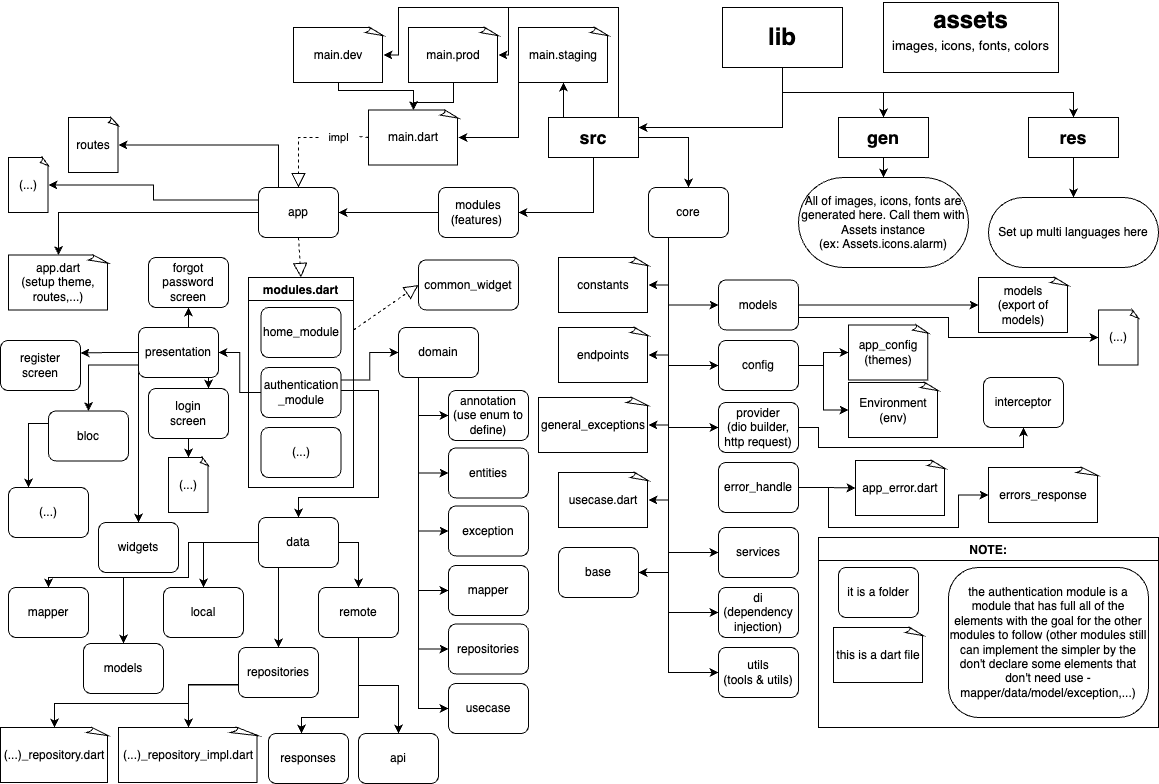
This is files/Codebase Clean Architecture Flutter.drawio.png from huynguyenngocdev/flutter_clean_architecture, a draw.io export, as it was before one commit. Source tidied: cells renumbered, new cells last; positions are measured from the earlier drawing's top-left corner, leaving out a move shared by most shapes.
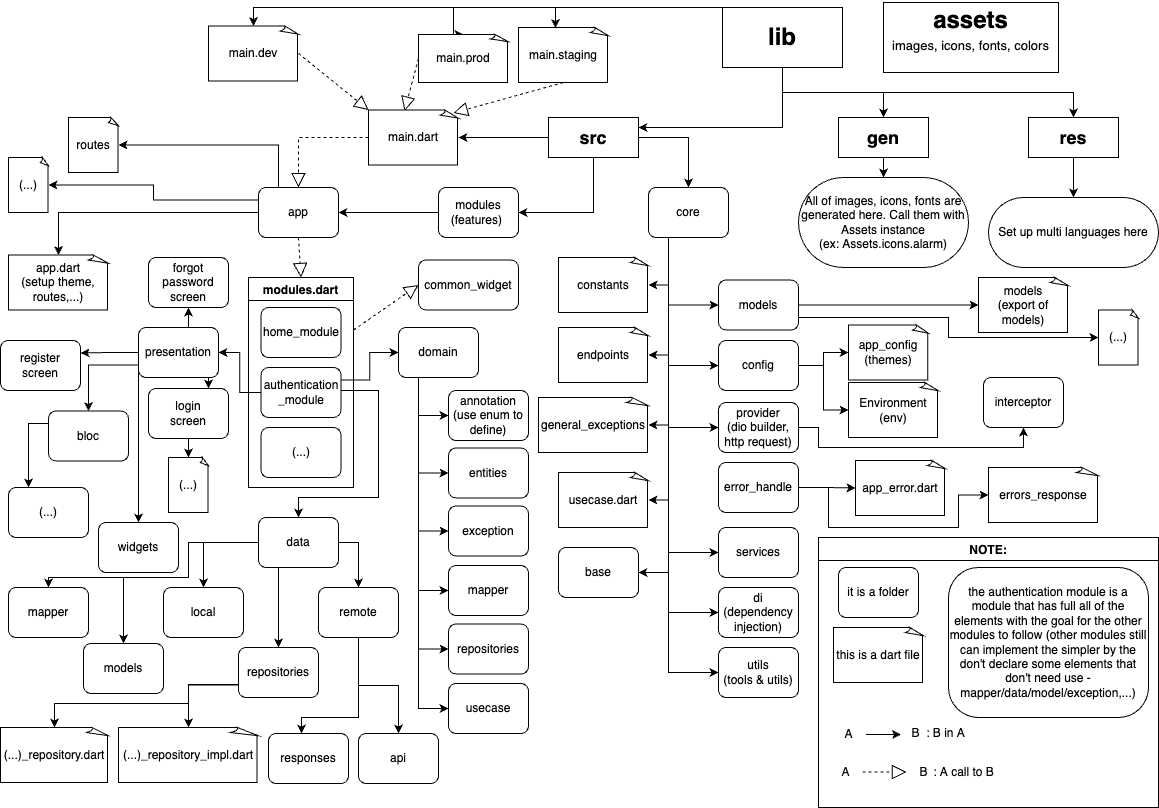
Later version of the same file.

The edit, as a diff of the source:
```diff
@@ -23,38 +23,39 @@
         </Array>
       </mxGeometry>
     </mxCell>
+    <mxCell id="137" style="edgeStyle=orthogonalEdgeStyle;rounded=0;jettySize=auto;html=1;exitX=0;exitY=0;exitDx=0;exitDy=0;entryX=0.5;entryY=0;entryDx=0;entryDy=0;entryPerimeter=0;" parent="1" edge="1" source="7" target="63">
+      <mxGeometry relative="1" as="geometry">
+        <Array as="points">
+          <mxPoint x="253" y="5" />
+        </Array>
+      </mxGeometry>
+    </mxCell>
+    <mxCell id="138" style="edgeStyle=orthogonalEdgeStyle;rounded=0;jettySize=auto;html=1;exitX=0;exitY=0;exitDx=0;exitDy=0;entryX=0.5;entryY=0;entryDx=0;entryDy=0;entryPerimeter=0;" parent="1" edge="1" source="7" target="61">
+      <mxGeometry relative="1" as="geometry">
+        <Array as="points">
+          <mxPoint x="453" y="5" />
+        </Array>
+      </mxGeometry>
+    </mxCell>
+    <mxCell id="139" style="edgeStyle=orthogonalEdgeStyle;rounded=0;jettySize=auto;html=1;exitX=0;exitY=0;exitDx=0;exitDy=0;entryX=0.411;entryY=0.009;entryDx=0;entryDy=0;entryPerimeter=0;" parent="1" edge="1" source="7" target="59">
+      <mxGeometry relative="1" as="geometry">
+        <Array as="points">
+          <mxPoint x="555" y="5" />
+        </Array>
+      </mxGeometry>
+    </mxCell>
     <mxCell id="7" value="&lt;h1&gt;lib&lt;/h1&gt;" style="rounded=0;whiteSpace=wrap;html=1;" parent="1" vertex="1">
       <mxGeometry x="722" y="5" width="120" height="60" as="geometry" />
     </mxCell>
     <mxCell id="8" style="edgeStyle=orthogonalEdgeStyle;rounded=0;jettySize=auto;html=1;exitX=1;exitY=0.5;exitDx=0;exitDy=0;entryX=0.5;entryY=0;entryDx=0;entryDy=0;" parent="1" edge="1" source="13" target="50">
       <mxGeometry relative="1" as="geometry" />
     </mxCell>
-    <mxCell id="9" style="edgeStyle=orthogonalEdgeStyle;rounded=0;jettySize=auto;html=1;exitX=0.25;exitY=0;exitDx=0;exitDy=0;entryX=0.5;entryY=1;entryDx=0;entryDy=0;entryPerimeter=0;" parent="1" edge="1" source="13" target="59">
-      <mxGeometry relative="1" as="geometry" />
-    </mxCell>
     <mxCell id="10" style="edgeStyle=orthogonalEdgeStyle;rounded=0;jettySize=auto;html=1;exitX=0.5;exitY=1;exitDx=0;exitDy=0;entryX=1;entryY=0.5;entryDx=0;entryDy=0;" parent="1" edge="1" source="13" target="3">
       <mxGeometry relative="1" as="geometry" />
     </mxCell>
-    <mxCell id="11" style="edgeStyle=orthogonalEdgeStyle;rounded=0;jettySize=auto;html=1;exitX=0.75;exitY=0;exitDx=0;exitDy=0;entryX=1;entryY=0.5;entryDx=0;entryDy=0;entryPerimeter=0;fontSize=13;" parent="1" edge="1" source="13" target="61">
-      <mxGeometry relative="1" as="geometry">
-        <Array as="points">
-          <mxPoint x="618" y="115" />
-          <mxPoint x="618" y="5" />
-          <mxPoint x="508" y="5" />
-          <mxPoint x="508" y="53" />
-        </Array>
-      </mxGeometry>
-    </mxCell>
-    <mxCell id="12" style="edgeStyle=orthogonalEdgeStyle;rounded=0;jettySize=auto;html=1;exitX=0;exitY=0;exitDx=0;exitDy=0;entryX=1;entryY=0.5;entryDx=0;entryDy=0;entryPerimeter=0;fontSize=13;" parent="1" edge="1" source="13" target="63">
-      <mxGeometry relative="1" as="geometry">
-        <Array as="points">
-          <mxPoint x="618" y="115" />
-          <mxPoint x="618" y="5" />
-          <mxPoint x="398" y="5" />
-          <mxPoint x="398" y="53" />
-        </Array>
-      </mxGeometry>
-    </mxCell>
+    <mxCell id="140" style="edgeStyle=orthogonalEdgeStyle;rounded=0;jettySize=auto;html=1;exitX=0;exitY=0.5;exitDx=0;exitDy=0;entryX=1;entryY=0.5;entryDx=0;entryDy=0;entryPerimeter=0;" parent="1" edge="1" source="13" target="66">
+      <mxGeometry relative="1" as="geometry" />
+    </mxCell>
     <mxCell id="13" value="&lt;h2&gt;src&lt;/h2&gt;" style="rounded=0;whiteSpace=wrap;html=1;" parent="1" vertex="1">
       <mxGeometry x="548" y="115" width="90" height="40" as="geometry" />
     </mxCell>
@@ -196,32 +197,14 @@
     <mxCell id="57" value="Environment&lt;br&gt;(env)" style="whiteSpace=wrap;html=1;shape=mxgraph.basic.document;" parent="1" vertex="1">
       <mxGeometry x="848" y="380" width="90" height="55" as="geometry" />
     </mxCell>
-    <mxCell id="58" style="edgeStyle=orthogonalEdgeStyle;rounded=0;jettySize=auto;html=1;exitX=0;exitY=0.5;exitDx=0;exitDy=0;exitPerimeter=0;entryX=1;entryY=0.5;entryDx=0;entryDy=0;entryPerimeter=0;fontSize=13;" parent="1" edge="1" source="59" target="66">
-      <mxGeometry relative="1" as="geometry">
-        <Array as="points">
-          <mxPoint x="518" y="135" />
-        </Array>
-      </mxGeometry>
-    </mxCell>
     <mxCell id="59" value="main.staging" style="whiteSpace=wrap;html=1;shape=mxgraph.basic.document;" parent="1" vertex="1">
       <mxGeometry x="518" y="25" width="90" height="55" as="geometry" />
     </mxCell>
-    <mxCell id="60" style="edgeStyle=orthogonalEdgeStyle;rounded=0;jettySize=auto;html=1;exitX=0.5;exitY=1;exitDx=0;exitDy=0;exitPerimeter=0;entryX=0.5;entryY=0;entryDx=0;entryDy=0;entryPerimeter=0;fontSize=13;" parent="1" edge="1" source="61" target="66">
-      <mxGeometry relative="1" as="geometry" />
-    </mxCell>
     <mxCell id="61" value="main.prod" style="whiteSpace=wrap;html=1;shape=mxgraph.basic.document;" parent="1" vertex="1">
-      <mxGeometry x="408" y="25" width="90" height="55" as="geometry" />
+      <mxGeometry x="418" y="32" width="90" height="48" as="geometry" />
     </mxCell>
-    <mxCell id="62" style="edgeStyle=orthogonalEdgeStyle;rounded=0;jettySize=auto;html=1;exitX=0.5;exitY=1;exitDx=0;exitDy=0;exitPerimeter=0;entryX=0.5;entryY=0;entryDx=0;entryDy=0;entryPerimeter=0;fontSize=13;" parent="1" edge="1" source="63" target="66">
-      <mxGeometry relative="1" as="geometry">
-        <Array as="points">
-          <mxPoint x="338" y="88" />
-          <mxPoint x="413" y="88" />
-        </Array>
-      </mxGeometry>
-    </mxCell>
     <mxCell id="63" value="main.dev" style="whiteSpace=wrap;html=1;shape=mxgraph.basic.document;" parent="1" vertex="1">
-      <mxGeometry x="293" y="25" width="90" height="55" as="geometry" />
+      <mxGeometry x="208" y="23.5" width="90" height="55" as="geometry" />
     </mxCell>
     <mxCell id="64" value="app.dart&lt;br&gt;(setup theme, routes,...)" style="whiteSpace=wrap;html=1;shape=mxgraph.basic.document;" parent="1" vertex="1">
       <mxGeometry x="8" y="252.5" width="100" height="55" as="geometry" />
@@ -241,19 +224,13 @@
     <mxCell id="69" value="constants" style="whiteSpace=wrap;html=1;shape=mxgraph.basic.document;" parent="1" vertex="1">
       <mxGeometry x="558" y="255" width="90" height="55" as="geometry" />
     </mxCell>
-    <mxCell id="70" style="endArrow=block;dashed=1;endFill=0;endSize=12;html=1;rounded=0;entryX=0.5;entryY=0;entryDx=0;entryDy=0;exitX=0;exitY=0.5;exitDx=0;exitDy=0;exitPerimeter=0;startArrow=none;" parent="1" edge="1" source="71" target="32">
+    <mxCell id="70" style="endArrow=block;dashed=1;endFill=0;endSize=12;html=1;rounded=0;entryX=0.5;entryY=0;entryDx=0;entryDy=0;exitX=0;exitY=0.5;exitDx=0;exitDy=0;exitPerimeter=0;startArrow=none;" parent="1" edge="1" source="66" target="32">
       <mxGeometry relative="1" as="geometry">
         <Array as="points">
           <mxPoint x="298" y="135" />
         </Array>
       </mxGeometry>
     </mxCell>
-    <mxCell id="71" value="&lt;span style=&quot;font-size: 11px; background-color: rgb(255, 255, 255);&quot;&gt;impl&lt;/span&gt;" style="text;html=1;align=center;verticalAlign=middle;points=[];strokeColor=none;fillColor=none;" parent="1" vertex="1">
-      <mxGeometry x="318" y="120" width="40" height="30" as="geometry" />
-    </mxCell>
-    <mxCell id="72" style="endArrow=none;dashed=1;endFill=0;endSize=12;html=1;rounded=0;entryX=1.025;entryY=0.467;entryDx=0;entryDy=0;exitX=0;exitY=0.5;exitDx=0;exitDy=0;exitPerimeter=0;entryPerimeter=0;" parent="1" edge="1" source="66" target="71">
-      <mxGeometry relative="1" as="geometry" />
-    </mxCell>
     <mxCell id="73" value="modules.dart" style="swimlane;" parent="1" vertex="1">
       <mxGeometry x="248" y="275" width="105" height="210" as="geometry" />
     </mxCell>
@@ -356,7 +333,7 @@
       <mxGeometry x="448" y="503.5" width="80" height="50" as="geometry" />
     </mxCell>
     <mxCell id="105" value="NOTE:" style="swimlane;" parent="1" vertex="1">
-      <mxGeometry x="818" y="535" width="340" height="190" as="geometry" />
+      <mxGeometry x="818" y="535" width="340" height="270" as="geometry" />
     </mxCell>
     <mxCell id="106" value="this is a dart file" style="whiteSpace=wrap;html=1;shape=mxgraph.basic.document;" parent="105" vertex="1">
       <mxGeometry x="15" y="90" width="90" height="55" as="geometry" />
@@ -367,6 +344,30 @@
     <mxCell id="108" value="the authentication module is a module that has full all of the elements with the goal for the other modules to follow (other modules still can implement the simpler by the don't declare some elements that don't need use - mapper/data/model/exception,...)" style="rounded=1;whiteSpace=wrap;html=1;arcSize=20;" parent="105" vertex="1">
       <mxGeometry x="130" y="30" width="200" height="150" as="geometry" />
     </mxCell>
+    <mxCell id="141" style="endArrow=classic;html=1;rounded=0;exitX=1.083;exitY=0.5;exitDx=0;exitDy=0;exitPerimeter=0;entryX=0.017;entryY=0.533;entryDx=0;entryDy=0;entryPerimeter=0;" parent="105" edge="1" source="142" target="143">
+      <mxGeometry relative="1" as="geometry" />
+    </mxCell>
+    <mxCell id="142" value="A" style="text;html=1;align=center;verticalAlign=middle;points=[];strokeColor=none;fillColor=none;" parent="105" vertex="1">
+      <mxGeometry x="15" y="182" width="30" height="30" as="geometry" />
+    </mxCell>
+    <mxCell id="143" value="B" style="text;html=1;align=center;verticalAlign=middle;points=[];strokeColor=none;fillColor=none;" parent="105" vertex="1">
+      <mxGeometry x="82" y="181" width="30" height="30" as="geometry" />
+    </mxCell>
+    <mxCell id="144" value=": B in A" style="text;html=1;align=center;verticalAlign=middle;strokeColor=none;fillColor=none;" parent="105" vertex="1">
+      <mxGeometry x="97" y="181" width="60" height="30" as="geometry" />
+    </mxCell>
+    <mxCell id="145" style="endArrow=block;dashed=1;endFill=0;endSize=12;html=1;rounded=0;startArrow=none;exitX=1.067;exitY=0.483;exitDx=0;exitDy=0;exitPerimeter=0;entryX=-0.067;entryY=0.483;entryDx=0;entryDy=0;entryPerimeter=0;" parent="105" edge="1" source="146" target="147">
+      <mxGeometry relative="1" as="geometry" />
+    </mxCell>
+    <mxCell id="146" value="A" style="text;html=1;align=center;verticalAlign=middle;points=[];strokeColor=none;fillColor=none;" parent="105" vertex="1">
+      <mxGeometry x="12" y="220" width="30" height="30" as="geometry" />
+    </mxCell>
+    <mxCell id="147" value="B" style="text;html=1;align=center;verticalAlign=middle;points=[];strokeColor=none;fillColor=none;" parent="105" vertex="1">
+      <mxGeometry x="90" y="220" width="30" height="30" as="geometry" />
+    </mxCell>
+    <mxCell id="148" value=": A call to B" style="text;html=1;align=center;verticalAlign=middle;strokeColor=none;fillColor=none;" parent="105" vertex="1">
+      <mxGeometry x="105" y="220" width="80" height="30" as="geometry" />
+    </mxCell>
     <mxCell id="109" value="mapper" style="rounded=1;whiteSpace=wrap;html=1;" parent="1" vertex="1">
       <mxGeometry x="8" y="585" width="80" height="50" as="geometry" />
     </mxCell>
@@ -489,5 +490,14 @@
     <mxCell id="136" value="(...)_repository_impl.dart" style="whiteSpace=wrap;html=1;shape=mxgraph.basic.document;" parent="1" vertex="1">
       <mxGeometry x="118" y="725" width="140" height="55" as="geometry" />
     </mxCell>
+    <mxCell id="62" style="endArrow=block;dashed=1;endFill=0;endSize=12;html=1;rounded=0;entryX=0;entryY=0;entryDx=0;entryDy=0;exitX=1;exitY=0.5;exitDx=0;exitDy=0;exitPerimeter=0;startArrow=none;entryPerimeter=0;" parent="1" edge="1" source="63" target="66">
+      <mxGeometry relative="1" as="geometry" />
+    </mxCell>
+    <mxCell id="60" style="endArrow=block;dashed=1;endFill=0;endSize=12;html=1;rounded=0;entryX=0.4;entryY=0.018;entryDx=0;entryDy=0;exitX=0;exitY=0.5;exitDx=0;exitDy=0;exitPerimeter=0;startArrow=none;entryPerimeter=0;" parent="1" edge="1" source="61" target="66">
+      <mxGeometry relative="1" as="geometry" />
+    </mxCell>
+    <mxCell id="58" style="endArrow=block;dashed=1;endFill=0;endSize=12;html=1;rounded=0;entryX=0.944;entryY=0.055;entryDx=0;entryDy=0;exitX=0.5;exitY=1;exitDx=0;exitDy=0;exitPerimeter=0;startArrow=none;entryPerimeter=0;" parent="1" edge="1" source="59" target="66">
+      <mxGeometry relative="1" as="geometry" />
+    </mxCell>
   </root>
 </mxGraphModel>
```
